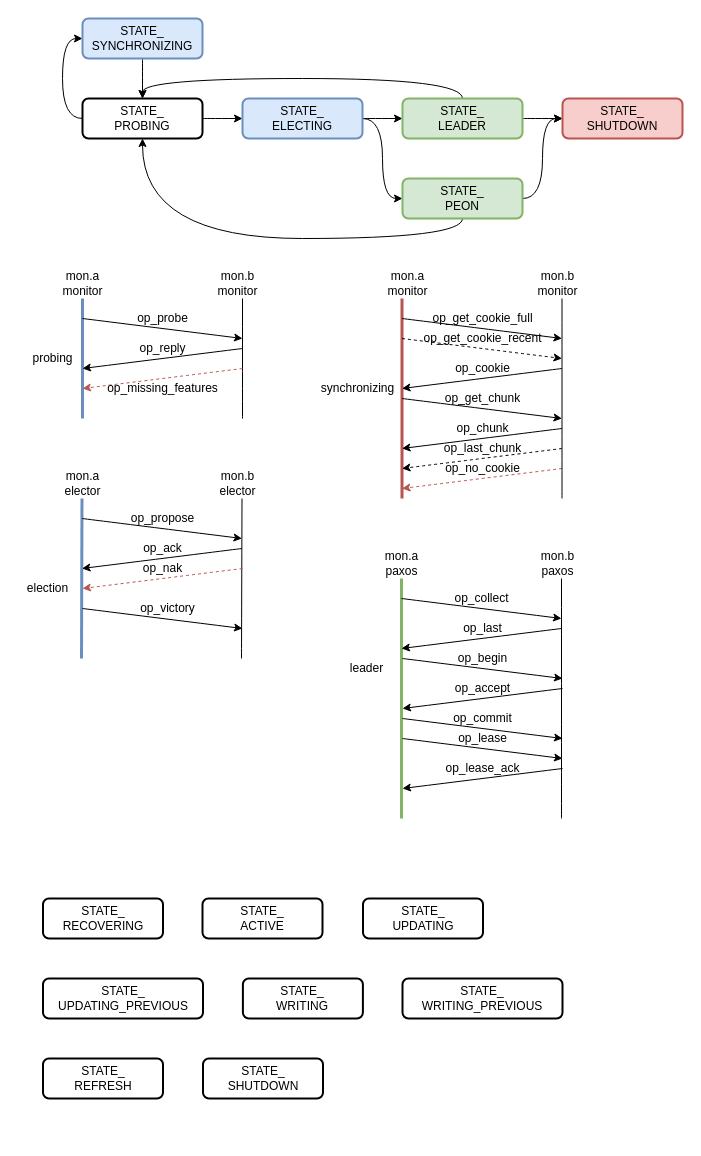
Above: ceph/ceph-mon.drawio in EarthWind/deeparch (draw.io), before the change. Source tidied: cells renumbered, new cells numbered last; positions are measured from the earlier drawing's top-left corner, leaving out a move shared by most shapes. Both pictures are drawn from the tidied source at 100%, with x=0, y=0 at pixel (17, 18).
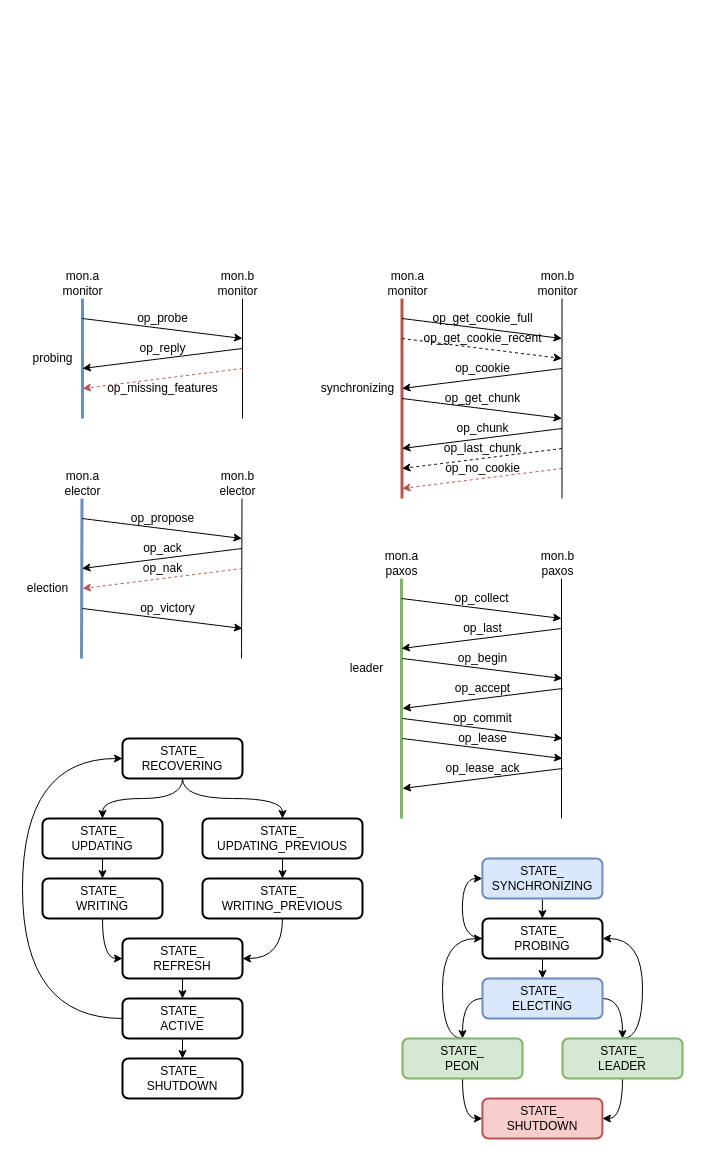
The same page after the edit.

Change to the diagram source:
```diff
@@
-    <mxCell id="3" style="edgeStyle=orthogonalEdgeStyle;curved=1;rounded=0;jettySize=auto;html=1;entryX=0;entryY=0.5;entryDx=0;entryDy=0;" parent="1" edge="1" source="4" target="9">
+    <mxCell id="3" style="edgeStyle=orthogonalEdgeStyle;curved=1;rounded=0;jettySize=auto;html=1;strokeColor=#000000;strokeWidth=1;entryX=0.5;entryY=0;entryDx=0;entryDy=0;" parent="1" edge="1" source="4" target="9">
       <mxGeometry relative="1" as="geometry" />
     </mxCell>
     <mxCell id="4" value="STATE_&lt;br&gt;PROBING" style="rounded=1;whiteSpace=wrap;html=1;strokeWidth=2;fillWeight=4;hachureGap=8;hachureAngle=45;sketch=0;" parent="1" vertex="1">
-      <mxGeometry x="65" y="80" width="120" height="40" as="geometry" />
+      <mxGeometry x="465" y="900" width="120" height="40" as="geometry" />
     </mxCell>
@@
     <mxCell id="6" value="STATE_&lt;br&gt;SYNCHRONIZING" style="rounded=1;whiteSpace=wrap;html=1;strokeWidth=2;fillWeight=4;hachureGap=8;hachureAngle=45;sketch=0;fillColor=#dae8fc;strokeColor=#6c8ebf;" parent="1" vertex="1">
-      <mxGeometry x="65" width="120" height="40" as="geometry" />
+      <mxGeometry x="464.9" y="840" width="120" height="40" as="geometry" />
     </mxCell>
-    <mxCell id="7" style="edgeStyle=orthogonalEdgeStyle;rounded=0;jettySize=auto;html=1;entryX=0;entryY=0.5;entryDx=0;entryDy=0;curved=1;" parent="1" edge="1" source="9" target="15">
+    <mxCell id="7" style="edgeStyle=orthogonalEdgeStyle;rounded=0;jettySize=auto;html=1;curved=1;exitX=0;exitY=0.5;exitDx=0;exitDy=0;" parent="1" edge="1" source="9" target="15">
       <mxGeometry relative="1" as="geometry" />
     </mxCell>
-    <mxCell id="8" style="edgeStyle=orthogonalEdgeStyle;curved=1;rounded=0;jettySize=auto;html=1;entryX=0;entryY=0.5;entryDx=0;entryDy=0;" parent="1" edge="1" source="9" target="12">
+    <mxCell id="8" style="edgeStyle=orthogonalEdgeStyle;curved=1;rounded=0;jettySize=auto;html=1;entryX=0.5;entryY=0;entryDx=0;entryDy=0;exitX=1;exitY=0.5;exitDx=0;exitDy=0;" parent="1" edge="1" source="9" target="12">
       <mxGeometry relative="1" as="geometry" />
     </mxCell>
     <mxCell id="9" value="STATE_&lt;br&gt;ELECTING" style="rounded=1;whiteSpace=wrap;html=1;strokeWidth=2;fillWeight=4;hachureGap=8;hachureAngle=45;sketch=0;fillColor=#dae8fc;strokeColor=#6c8ebf;" parent="1" vertex="1">
-      <mxGeometry x="225" y="80" width="120" height="40" as="geometry" />
+      <mxGeometry x="465" y="960" width="120" height="40" as="geometry" />
     </mxCell>
-    <mxCell id="10" style="edgeStyle=orthogonalEdgeStyle;curved=1;rounded=0;jettySize=auto;html=1;" parent="1" edge="1" source="12" target="16">
-      <mxGeometry relative="1" as="geometry" />
-    </mxCell>
-    <mxCell id="11" style="edgeStyle=orthogonalEdgeStyle;curved=1;rounded=0;jettySize=auto;html=1;entryX=0.5;entryY=0;entryDx=0;entryDy=0;exitX=0.5;exitY=0;exitDx=0;exitDy=0;" parent="1" edge="1" source="12" target="4">
-      <mxGeometry relative="1" as="geometry" />
-    </mxCell>
-    <mxCell id="12" value="STATE_&lt;br&gt;LEADER" style="rounded=1;whiteSpace=wrap;html=1;strokeWidth=2;fillWeight=4;hachureGap=8;hachureAngle=45;sketch=0;fillColor=#d5e8d4;strokeColor=#82b366;" parent="1" vertex="1">
-      <mxGeometry x="385" y="80" width="120" height="40" as="geometry" />
-    </mxCell>
-    <mxCell id="13" style="edgeStyle=orthogonalEdgeStyle;curved=1;rounded=0;jettySize=auto;html=1;entryX=0;entryY=0.5;entryDx=0;entryDy=0;" parent="1" edge="1" source="15" target="16">
-      <mxGeometry relative="1" as="geometry" />
+    <mxCell id="13" style="edgeStyle=orthogonalEdgeStyle;curved=1;rounded=0;jettySize=auto;html=1;entryX=0;entryY=0.5;entryDx=0;entryDy=0;strokeColor=#000000;strokeWidth=1;" parent="1" edge="1" source="15" target="16">
+      <mxGeometry relative="1" as="geometry">
+        <Array as="points">
+          <mxPoint x="445" y="1100" />
+        </Array>
+      </mxGeometry>
     </mxCell>
-    <mxCell id="14" style="edgeStyle=orthogonalEdgeStyle;curved=1;rounded=0;jettySize=auto;html=1;exitX=0.5;exitY=1;exitDx=0;exitDy=0;" parent="1" edge="1" source="15" target="4">
-      <mxGeometry relative="1" as="geometry" />
+    <mxCell id="14" style="edgeStyle=orthogonalEdgeStyle;curved=1;rounded=0;jettySize=auto;html=1;entryX=0;entryY=0.5;entryDx=0;entryDy=0;strokeColor=#000000;strokeWidth=1;exitX=0.5;exitY=0;exitDx=0;exitDy=0;" parent="1" edge="1" source="15" target="4">
+      <mxGeometry relative="1" as="geometry">
+        <Array as="points">
+          <mxPoint x="425" y="1020" />
+          <mxPoint x="425" y="920" />
+        </Array>
+      </mxGeometry>
     </mxCell>
     <mxCell id="15" value="STATE_&lt;br&gt;PEON" style="rounded=1;whiteSpace=wrap;html=1;strokeWidth=2;fillWeight=4;hachureGap=8;hachureAngle=45;sketch=0;fillColor=#d5e8d4;strokeColor=#82b366;" parent="1" vertex="1">
-      <mxGeometry x="385" y="160" width="120" height="40" as="geometry" />
+      <mxGeometry x="385" y="1020" width="120" height="40" as="geometry" />
     </mxCell>
     <mxCell id="16" value="STATE_&lt;br&gt;SHUTDOWN" style="rounded=1;whiteSpace=wrap;html=1;strokeWidth=2;fillWeight=4;hachureGap=8;hachureAngle=45;sketch=0;fillColor=#f8cecc;strokeColor=#b85450;" parent="1" vertex="1">
-      <mxGeometry x="545" y="80" width="120" height="40" as="geometry" />
+      <mxGeometry x="464.9" y="1080" width="120" height="40" as="geometry" />
     </mxCell>
@@
+    <mxCell id="90" style="edgeStyle=orthogonalEdgeStyle;curved=1;rounded=0;jettySize=auto;html=1;strokeColor=#000000;strokeWidth=1;" parent="1" edge="1" source="62" target="65">
+      <mxGeometry relative="1" as="geometry" />
+    </mxCell>
+    <mxCell id="91" style="edgeStyle=orthogonalEdgeStyle;curved=1;rounded=0;jettySize=auto;html=1;entryX=0.5;entryY=0;entryDx=0;entryDy=0;strokeColor=#000000;strokeWidth=1;" parent="1" edge="1" source="62" target="64">
+      <mxGeometry relative="1" as="geometry" />
+    </mxCell>
     <mxCell id="62" value="STATE_&lt;br&gt;RECOVERING" style="rounded=1;whiteSpace=wrap;html=1;strokeWidth=2;fillWeight=4;hachureGap=8;hachureAngle=45;sketch=0;" parent="1" vertex="1">
-      <mxGeometry x="25.5" y="880" width="120" height="40" as="geometry" />
+      <mxGeometry x="105" y="720" width="120" height="40" as="geometry" />
     </mxCell>
+    <mxCell id="92" style="edgeStyle=orthogonalEdgeStyle;curved=1;rounded=0;jettySize=auto;html=1;strokeColor=#000000;strokeWidth=1;" parent="1" edge="1" source="63" target="69">
+      <mxGeometry relative="1" as="geometry" />
+    </mxCell>
+    <mxCell id="93" style="edgeStyle=orthogonalEdgeStyle;curved=1;rounded=0;jettySize=auto;html=1;entryX=0;entryY=0.5;entryDx=0;entryDy=0;strokeColor=#000000;strokeWidth=1;exitX=0;exitY=0.5;exitDx=0;exitDy=0;" parent="1" edge="1" source="63" target="62">
+      <mxGeometry relative="1" as="geometry">
+        <Array as="points">
+          <mxPoint x="5" y="1000" />
+          <mxPoint x="5" y="740" />
+        </Array>
+      </mxGeometry>
+    </mxCell>
     <mxCell id="63" value="STATE_&lt;br&gt;ACTIVE" style="rounded=1;whiteSpace=wrap;html=1;strokeWidth=2;fillWeight=4;hachureGap=8;hachureAngle=45;sketch=0;" parent="1" vertex="1">
-      <mxGeometry x="185" y="880" width="120" height="40" as="geometry" />
+      <mxGeometry x="105" y="980" width="120" height="40" as="geometry" />
     </mxCell>
+    <mxCell id="94" style="edgeStyle=orthogonalEdgeStyle;curved=1;rounded=0;jettySize=auto;html=1;strokeColor=#000000;strokeWidth=1;" parent="1" edge="1" source="64" target="66">
+      <mxGeometry relative="1" as="geometry" />
+    </mxCell>
     <mxCell id="64" value="STATE_&lt;br&gt;UPDATING" style="rounded=1;whiteSpace=wrap;html=1;strokeWidth=2;fillWeight=4;hachureGap=8;hachureAngle=45;sketch=0;" parent="1" vertex="1">
-      <mxGeometry x="345.5" y="880" width="120" height="40" as="geometry" />
+      <mxGeometry x="25" y="800" width="120" height="40" as="geometry" />
     </mxCell>
+    <mxCell id="95" style="edgeStyle=orthogonalEdgeStyle;curved=1;rounded=0;jettySize=auto;html=1;strokeColor=#000000;strokeWidth=1;" parent="1" edge="1" source="65" target="67">
+      <mxGeometry relative="1" as="geometry" />
+    </mxCell>
     <mxCell id="65" value="STATE_&lt;br&gt;UPDATING_PREVIOUS" style="rounded=1;whiteSpace=wrap;html=1;strokeWidth=2;fillWeight=4;hachureGap=8;hachureAngle=45;sketch=0;" parent="1" vertex="1">
-      <mxGeometry x="25.5" y="960" width="160" height="40" as="geometry" />
+      <mxGeometry x="185" y="800" width="160" height="40" as="geometry" />
     </mxCell>
+    <mxCell id="96" style="edgeStyle=orthogonalEdgeStyle;curved=1;rounded=0;jettySize=auto;html=1;strokeColor=#000000;strokeWidth=1;entryX=0;entryY=0.5;entryDx=0;entryDy=0;" parent="1" edge="1" source="66" target="68">
+      <mxGeometry relative="1" as="geometry" />
+    </mxCell>
     <mxCell id="66" value="STATE_&lt;br&gt;WRITING" style="rounded=1;whiteSpace=wrap;html=1;strokeWidth=2;fillWeight=4;hachureGap=8;hachureAngle=45;sketch=0;" parent="1" vertex="1">
-      <mxGeometry x="225.4" y="960" width="120" height="40" as="geometry" />
+      <mxGeometry x="25" y="860" width="120" height="40" as="geometry" />
     </mxCell>
+    <mxCell id="97" style="edgeStyle=orthogonalEdgeStyle;curved=1;rounded=0;jettySize=auto;html=1;entryX=1;entryY=0.5;entryDx=0;entryDy=0;strokeColor=#000000;strokeWidth=1;" parent="1" edge="1" source="67" target="68">
+      <mxGeometry relative="1" as="geometry" />
+    </mxCell>
     <mxCell id="67" value="STATE_&lt;br&gt;WRITING_PREVIOUS" style="rounded=1;whiteSpace=wrap;html=1;strokeWidth=2;fillWeight=4;hachureGap=8;hachureAngle=45;sketch=0;" parent="1" vertex="1">
-      <mxGeometry x="385" y="960" width="160" height="40" as="geometry" />
+      <mxGeometry x="185" y="860" width="160" height="40" as="geometry" />
     </mxCell>
+    <mxCell id="98" style="edgeStyle=orthogonalEdgeStyle;curved=1;rounded=0;jettySize=auto;html=1;strokeColor=#000000;strokeWidth=1;" parent="1" edge="1" source="68" target="63">
+      <mxGeometry relative="1" as="geometry" />
+    </mxCell>
     <mxCell id="68" value="STATE_&lt;br&gt;REFRESH" style="rounded=1;whiteSpace=wrap;html=1;strokeWidth=2;fillWeight=4;hachureGap=8;hachureAngle=45;sketch=0;" parent="1" vertex="1">
-      <mxGeometry x="25.5" y="1040" width="120" height="40" as="geometry" />
+      <mxGeometry x="105" y="920" width="120" height="40" as="geometry" />
     </mxCell>
     <mxCell id="69" value="STATE_&lt;br&gt;SHUTDOWN" style="rounded=1;whiteSpace=wrap;html=1;strokeWidth=2;fillWeight=4;hachureGap=8;hachureAngle=45;sketch=0;" parent="1" vertex="1">
-      <mxGeometry x="185.5" y="1040" width="120" height="40" as="geometry" />
+      <mxGeometry x="105" y="1040" width="120" height="40" as="geometry" />
     </mxCell>
@@
+    <mxCell id="11" style="edgeStyle=orthogonalEdgeStyle;curved=1;rounded=0;jettySize=auto;html=1;entryX=1;entryY=0.5;entryDx=0;entryDy=0;strokeColor=#000000;strokeWidth=1;exitX=0.5;exitY=0;exitDx=0;exitDy=0;" parent="1" edge="1" source="12" target="4">
+      <mxGeometry relative="1" as="geometry">
+        <Array as="points">
+          <mxPoint x="625" y="1020" />
+          <mxPoint x="625" y="920" />
+        </Array>
+      </mxGeometry>
+    </mxCell>
+    <mxCell id="10" style="edgeStyle=orthogonalEdgeStyle;curved=1;rounded=0;jettySize=auto;html=1;entryX=1;entryY=0.5;entryDx=0;entryDy=0;strokeColor=#000000;strokeWidth=1;" parent="1" edge="1" source="12" target="16">
+      <mxGeometry relative="1" as="geometry" />
+    </mxCell>
+    <mxCell id="12" value="STATE_&lt;br&gt;LEADER" style="rounded=1;whiteSpace=wrap;html=1;strokeWidth=2;fillWeight=4;hachureGap=8;hachureAngle=45;sketch=0;fillColor=#d5e8d4;strokeColor=#82b366;" parent="1" vertex="1">
+      <mxGeometry x="545" y="1020" width="120" height="40" as="geometry" />
+    </mxCell>
```
